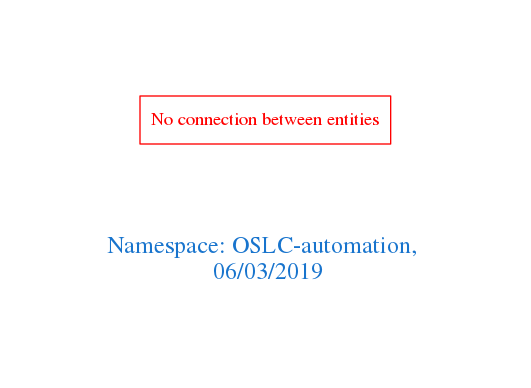
Earlier version of the Graphviz export downloads/OSLC-automation.png (arago/OGIT). Its source is kept beside it as downloads/OSLC-automation.dot.
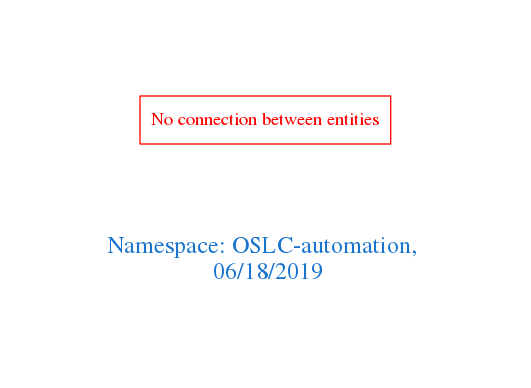
Above is the later version.

What changed in the source:
```diff
@@ -1,7 +1,7 @@
 digraph OGIT_ontology {
  graph [ rankdir= LR,pad=1
 fontsize = 18,
-fontcolor= dodgerblue3,label = "\n\n\nNamespace: OSLC-automation, \n 06/03/2019"];
+fontcolor= dodgerblue3,label = "\n\n\nNamespace: OSLC-automation, \n 06/18/2019"];
 node[shape=polygon];
 edge [  color="gray81"];
 
```
